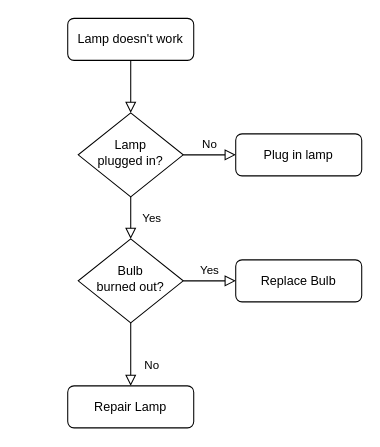
Before: page "Page-1" (1 of 2) of Diagram bez tytułu.drawio in RHA1705/GO_IT_RHA, a draw.io diagram. Source tidied: cells renumbered, new cells numbered last; positions are measured from the earlier drawing's top-left corner, leaving out a move shared by most shapes. Both pictures are drawn from the tidied source at 105%, with x=0, y=0 at pixel (67, 18).
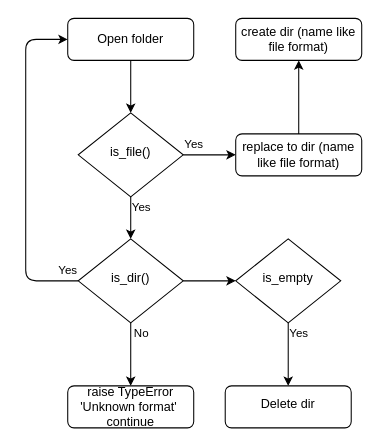
The same diagram, later.

The edit, as a diff of the source:
```diff
@@
 <mxGraphModel>
   <root>
     <mxCell id="0" />
     <mxCell id="1" parent="0" />
-    <mxCell id="2" style="rounded=0;html=1;jettySize=auto;fontSize=11;endArrow=block;endFill=0;endSize=8;strokeWidth=1;shadow=0;labelBackgroundColor=none;edgeStyle=orthogonalEdgeStyle;" parent="1" edge="1" source="3" target="6">
+    <mxCell id="2" style="rounded=0;html=1;jettySize=auto;fontSize=11;endArrow=classic;endFill=1;endSize=6;strokeWidth=1;shadow=0;labelBackgroundColor=none;edgeStyle=orthogonalEdgeStyle;" parent="1" edge="1" source="3" target="6">
       <mxGeometry relative="1" as="geometry" />
     </mxCell>
-    <mxCell id="3" value="Lamp doesn't work" style="rounded=1;whiteSpace=wrap;html=1;fontSize=12;glass=0;strokeWidth=1;shadow=0;" parent="1" vertex="1">
+    <mxCell id="3" value="Open folder" style="rounded=1;whiteSpace=wrap;html=1;fontSize=12;glass=0;strokeWidth=1;shadow=0;" parent="1" vertex="1">
       <mxGeometry width="120" height="40" as="geometry" />
     </mxCell>
-    <mxCell id="4" value="Yes" style="rounded=0;html=1;jettySize=auto;fontSize=11;endArrow=block;endFill=0;endSize=8;strokeWidth=1;shadow=0;labelBackgroundColor=none;edgeStyle=orthogonalEdgeStyle;" parent="1" edge="1" source="6" target="10">
-      <mxGeometry y="20" relative="1" as="geometry" />
+    <mxCell id="4" value="Yes" style="rounded=0;html=1;jettySize=auto;fontSize=11;endArrow=classic;endFill=1;endSize=6;strokeWidth=1;shadow=0;labelBackgroundColor=none;edgeStyle=orthogonalEdgeStyle;" parent="1" edge="1" source="6" target="10">
+      <mxGeometry x="-0.5" y="10" relative="1" as="geometry" />
     </mxCell>
-    <mxCell id="5" value="No" style="edgeStyle=orthogonalEdgeStyle;rounded=0;html=1;jettySize=auto;fontSize=11;endArrow=block;endFill=0;endSize=8;strokeWidth=1;shadow=0;labelBackgroundColor=none;" parent="1" edge="1" source="6" target="7">
-      <mxGeometry y="10" relative="1" as="geometry" />
+    <mxCell id="5" value="Yes" style="edgeStyle=orthogonalEdgeStyle;rounded=0;html=1;jettySize=auto;fontSize=11;endArrow=classic;endFill=1;endSize=6;strokeWidth=1;shadow=0;labelBackgroundColor=none;" parent="1" edge="1" source="6" target="7">
+      <mxGeometry x="-0.6" y="10" relative="1" as="geometry" />
     </mxCell>
-    <mxCell id="6" value="Lamp&lt;br&gt;plugged in?" style="rhombus;whiteSpace=wrap;html=1;shadow=0;fontFamily=Helvetica;fontSize=12;align=center;strokeWidth=1;spacing=6;spacingTop=-4;" parent="1" vertex="1">
+    <mxCell id="6" value="is_file()" style="rhombus;whiteSpace=wrap;html=1;shadow=0;fontFamily=Helvetica;fontSize=12;align=center;strokeWidth=1;spacing=6;spacingTop=-4;" parent="1" vertex="1">
       <mxGeometry x="10" y="90" width="100" height="80" as="geometry" />
     </mxCell>
+    <mxCell id="13" style="edgeStyle=none;html=1;endArrow=classic;endFill=1;endSize=6;" parent="1" edge="1" source="7" target="19">
+      <mxGeometry relative="1" as="geometry" />
+    </mxCell>
-    <mxCell id="7" value="Plug in lamp" style="rounded=1;whiteSpace=wrap;html=1;fontSize=12;glass=0;strokeWidth=1;shadow=0;" parent="1" vertex="1">
+    <mxCell id="7" value="replace to dir (name like file format)" style="rounded=1;whiteSpace=wrap;html=1;fontSize=12;glass=0;strokeWidth=1;shadow=0;" parent="1" vertex="1">
       <mxGeometry x="160" y="110" width="120" height="40" as="geometry" />
     </mxCell>
-    <mxCell id="8" value="No" style="rounded=0;html=1;jettySize=auto;fontSize=11;endArrow=block;endFill=0;endSize=8;strokeWidth=1;shadow=0;labelBackgroundColor=none;edgeStyle=orthogonalEdgeStyle;" parent="1" edge="1" source="10" target="11">
-      <mxGeometry x="0.33" y="20" relative="1" as="geometry" />
+    <mxCell id="8" value="No" style="rounded=0;html=1;jettySize=auto;fontSize=11;endArrow=classic;endFill=1;endSize=6;strokeWidth=1;shadow=0;labelBackgroundColor=none;edgeStyle=orthogonalEdgeStyle;" parent="1" edge="1" source="10" target="11">
+      <mxGeometry x="-0.67" y="10" relative="1" as="geometry" />
     </mxCell>
-    <mxCell id="9" value="Yes" style="edgeStyle=orthogonalEdgeStyle;rounded=0;html=1;jettySize=auto;fontSize=11;endArrow=block;endFill=0;endSize=8;strokeWidth=1;shadow=0;labelBackgroundColor=none;" parent="1" edge="1" source="10" target="12">
-      <mxGeometry y="10" relative="1" as="geometry" />
-    </mxCell>
+    <mxCell id="14" value="Yes" style="edgeStyle=none;html=1;exitX=0;exitY=0.5;exitDx=0;exitDy=0;entryX=0;entryY=0.5;entryDx=0;entryDy=0;" parent="1" edge="1" source="10" target="3">
+      <mxGeometry x="-0.94" y="-10" relative="1" as="geometry">
+        <Array as="points">
+          <mxPoint x="-40" y="250" />
+          <mxPoint x="-40" y="140" />
+          <mxPoint x="-40" y="20" />
+        </Array>
+      </mxGeometry>
+    </mxCell>
+    <mxCell id="15" style="edgeStyle=none;html=1;" parent="1" edge="1" source="10" target="17">
+      <mxGeometry relative="1" as="geometry" />
+    </mxCell>
-    <mxCell id="10" value="Bulb&lt;br&gt;burned out?" style="rhombus;whiteSpace=wrap;html=1;shadow=0;fontFamily=Helvetica;fontSize=12;align=center;strokeWidth=1;spacing=6;spacingTop=-4;" parent="1" vertex="1">
+    <mxCell id="10" value="is_dir()" style="rhombus;whiteSpace=wrap;html=1;shadow=0;fontFamily=Helvetica;fontSize=12;align=center;strokeWidth=1;spacing=6;spacingTop=-4;" parent="1" vertex="1">
       <mxGeometry x="10" y="210" width="100" height="80" as="geometry" />
     </mxCell>
-    <mxCell id="11" value="Repair Lamp" style="rounded=1;whiteSpace=wrap;html=1;fontSize=12;glass=0;strokeWidth=1;shadow=0;" parent="1" vertex="1">
+    <mxCell id="11" value="raise TypeError 'Unknown format'&amp;nbsp;&lt;br&gt;continue" style="rounded=1;whiteSpace=wrap;html=1;fontSize=12;glass=0;strokeWidth=1;shadow=0;" parent="1" vertex="1">
       <mxGeometry y="350" width="120" height="40" as="geometry" />
     </mxCell>
-    <mxCell id="12" value="Replace Bulb" style="rounded=1;whiteSpace=wrap;html=1;fontSize=12;glass=0;strokeWidth=1;shadow=0;" parent="1" vertex="1">
-      <mxGeometry x="160" y="230" width="120" height="40" as="geometry" />
-    </mxCell>
+    <mxCell id="16" value="Yes" style="edgeStyle=none;html=1;endArrow=classic;endFill=1;endSize=6;" parent="1" edge="1" source="17" target="18">
+      <mxGeometry x="-0.67" y="10" relative="1" as="geometry" />
+    </mxCell>
+    <mxCell id="17" value="is_empty" style="rhombus;whiteSpace=wrap;html=1;shadow=0;fontFamily=Helvetica;fontSize=12;align=center;strokeWidth=1;spacing=6;spacingTop=-4;" parent="1" vertex="1">
+      <mxGeometry x="160" y="210" width="100" height="80" as="geometry" />
+    </mxCell>
+    <mxCell id="18" value="Delete dir" style="rounded=1;whiteSpace=wrap;html=1;shadow=0;strokeWidth=1;spacing=6;spacingTop=-4;" parent="1" vertex="1">
+      <mxGeometry x="150" y="350" width="120" height="40" as="geometry" />
+    </mxCell>
+    <mxCell id="19" value="create dir (name like file format)" style="rounded=1;whiteSpace=wrap;html=1;glass=0;strokeWidth=1;shadow=0;" parent="1" vertex="1">
+      <mxGeometry x="160" width="120" height="40" as="geometry" />
+    </mxCell>
   </root>
 </mxGraphModel>
```
